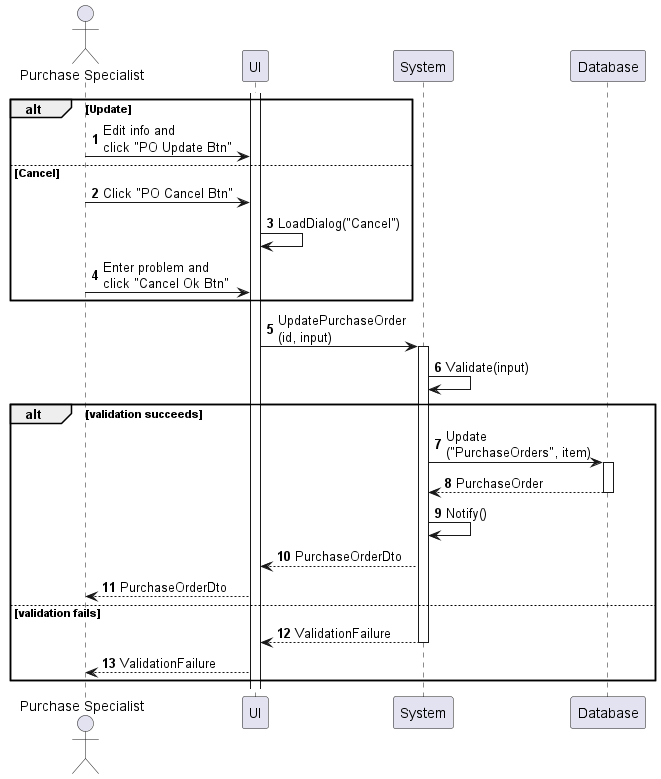
This is sequences/purchase-order-update.png from phihungha/scmss-reqs, a PlantUML export, as it was before one commit.
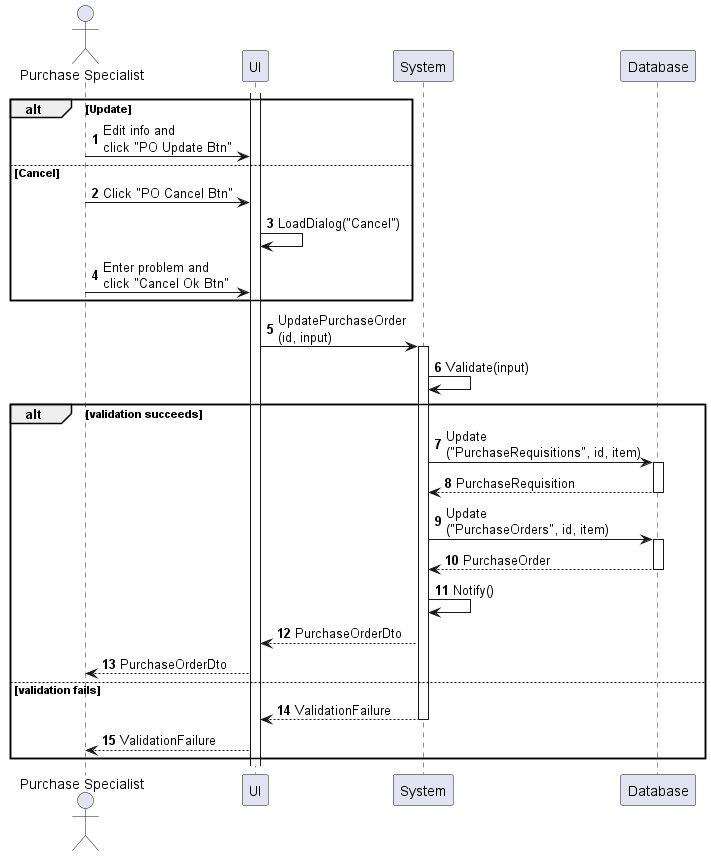
Later version of the same file.

What changed in the source:
```diff
@@ -21,7 +21,10 @@
 b -> b : Validate(input)
 
 alt validation succeeds
-    b -> d : Update\n("PurchaseOrders", item)
+    b -> d : Update\n("PurchaseRequisitions", id, item)
+    activate d
+    return PurchaseRequisition
+    b -> d : Update\n("PurchaseOrders", id, item)
     activate d
     return PurchaseOrder
     b -> b : Notify()
```
